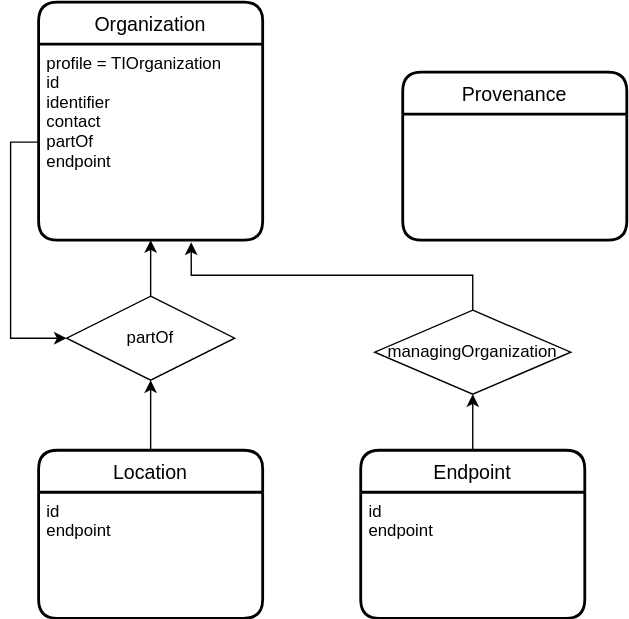
Above: images/FHIRInfomodell.svg in gematik/api-vzd (draw.io), before the change. Source tidied: cells renumbered, new cells last; positions are measured from the earlier drawing's top-left corner, leaving out a move shared by most shapes.
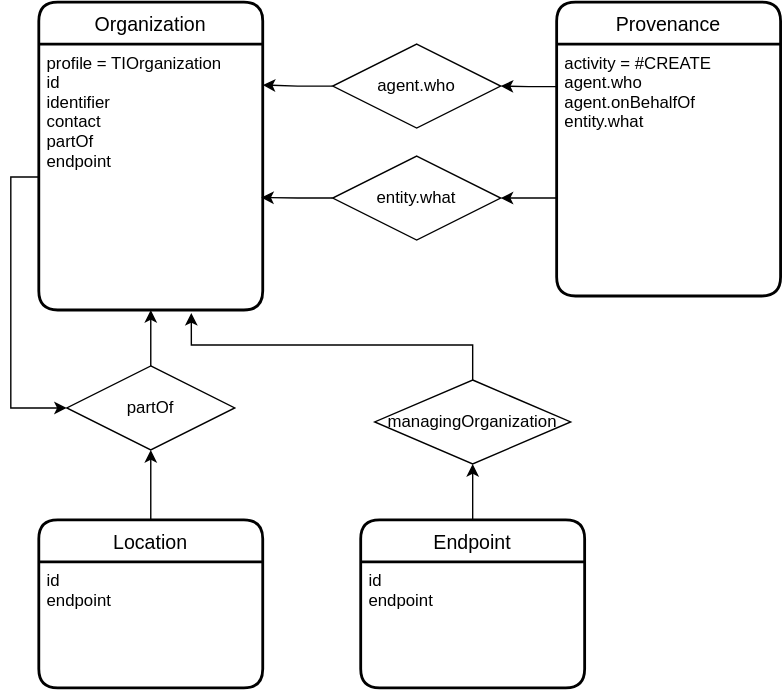
Later version of the same file.

What changed in the source:
```diff
@@ -3,10 +3,10 @@
     <mxCell id="0" />
     <mxCell id="1" parent="0" />
     <mxCell id="2" value="Organization" style="swimlane;horizontal=1;startSize=30;rounded=1;fontSize=14;fontStyle=0;strokeWidth=2;shadow=0;dashed=0;align=center;" parent="1" vertex="1">
-      <mxGeometry width="160" height="170" as="geometry" />
+      <mxGeometry y="-50" width="160" height="220" as="geometry" />
     </mxCell>
     <mxCell id="3" value="profile = TIOrganization&#10;id&#10;identifier&#10;contact&#10;partOf&#10;endpoint&#10;" style="align=left;strokeColor=none;fillColor=none;spacingLeft=4;fontSize=12;verticalAlign=top;" parent="2" vertex="1">
-      <mxGeometry y="30" width="160" height="140" as="geometry" />
+      <mxGeometry y="30" width="160" height="190" as="geometry" />
     </mxCell>
     <mxCell id="4" style="edgeStyle=orthogonalEdgeStyle;rounded=0;jettySize=auto;html=1;exitX=0.5;exitY=0;exitDx=0;exitDy=0;" parent="1" edge="1" source="5">
       <mxGeometry relative="1" as="geometry">
@@ -25,9 +25,6 @@
     <mxCell id="8" style="edgeStyle=orthogonalEdgeStyle;rounded=0;jettySize=auto;html=1;entryX=0.5;entryY=1;entryDx=0;entryDy=0;exitX=0.5;exitY=0;exitDx=0;exitDy=0;" parent="1" edge="1" source="6" target="5">
       <mxGeometry relative="1" as="geometry" />
     </mxCell>
-    <mxCell id="9" value="Provenance" style="swimlane;horizontal=1;startSize=30;rounded=1;fontSize=14;fontStyle=0;strokeWidth=2;shadow=0;dashed=0;align=center;" parent="1" vertex="1">
-      <mxGeometry x="260" y="50" width="160" height="120" as="geometry" />
-    </mxCell>
     <mxCell id="10" style="edgeStyle=orthogonalEdgeStyle;rounded=0;jettySize=auto;html=1;exitX=0.5;exitY=0;exitDx=0;exitDy=0;entryX=0.5;entryY=1;entryDx=0;entryDy=0;" parent="1" edge="1" source="11" target="14">
       <mxGeometry relative="1" as="geometry" />
     </mxCell>
@@ -46,5 +43,31 @@
     <mxCell id="15" style="edgeStyle=orthogonalEdgeStyle;rounded=0;jettySize=auto;html=1;exitX=0;exitY=0.5;exitDx=0;exitDy=0;entryX=0;entryY=0.5;entryDx=0;entryDy=0;" parent="1" edge="1" source="3" target="5">
       <mxGeometry relative="1" as="geometry" />
     </mxCell>
+    <mxCell id="9" value="Provenance" style="swimlane;horizontal=1;startSize=30;rounded=1;fontSize=14;fontStyle=0;strokeWidth=2;shadow=0;dashed=0;align=center;" parent="1" vertex="1">
+      <mxGeometry x="370" y="-50" width="160" height="210" as="geometry" />
+    </mxCell>
+    <mxCell id="16" value="activity = #CREATE&#10;agent.who&#10;agent.onBehalfOf&#10;entity.what" style="align=left;strokeColor=none;fillColor=none;spacingLeft=4;fontSize=12;verticalAlign=top;" parent="9" vertex="1">
+      <mxGeometry y="30" width="160" height="180" as="geometry" />
+    </mxCell>
+    <mxCell id="17" style="edgeStyle=orthogonalEdgeStyle;rounded=0;jettySize=auto;html=1;exitX=0;exitY=0.5;exitDx=0;exitDy=0;entryX=1;entryY=0.154;entryDx=0;entryDy=0;entryPerimeter=0;" parent="1" edge="1" source="18" target="3">
+      <mxGeometry relative="1" as="geometry" />
+    </mxCell>
+    <mxCell id="18" value="agent.who" style="shape=rhombus;perimeter=rhombusPerimeter;whiteSpace=wrap;html=1;align=center;" parent="1" vertex="1">
+      <mxGeometry x="210" y="-20" width="120" height="60" as="geometry" />
+    </mxCell>
+    <mxCell id="19" style="edgeStyle=orthogonalEdgeStyle;rounded=0;jettySize=auto;html=1;exitX=0;exitY=0.169;exitDx=0;exitDy=0;entryX=1;entryY=0.5;entryDx=0;entryDy=0;exitPerimeter=0;" parent="1" edge="1" source="16" target="18">
+      <mxGeometry relative="1" as="geometry" />
+    </mxCell>
+    <mxCell id="20" style="edgeStyle=orthogonalEdgeStyle;rounded=0;jettySize=auto;html=1;exitX=0;exitY=0.5;exitDx=0;exitDy=0;entryX=0.993;entryY=0.577;entryDx=0;entryDy=0;entryPerimeter=0;" parent="1" edge="1" source="21" target="3">
+      <mxGeometry relative="1" as="geometry" />
+    </mxCell>
+    <mxCell id="21" value="entity.what" style="shape=rhombus;perimeter=rhombusPerimeter;whiteSpace=wrap;html=1;align=center;" parent="1" vertex="1">
+      <mxGeometry x="210" y="60" width="120" height="60" as="geometry" />
+    </mxCell>
+    <mxCell id="22" style="edgeStyle=orthogonalEdgeStyle;rounded=0;jettySize=auto;html=1;entryX=1;entryY=0.5;entryDx=0;entryDy=0;" parent="1" edge="1" target="21">
+      <mxGeometry relative="1" as="geometry">
+        <mxPoint x="370" y="90" as="sourcePoint" />
+      </mxGeometry>
+    </mxCell>
   </root>
 </mxGraphModel>
```
